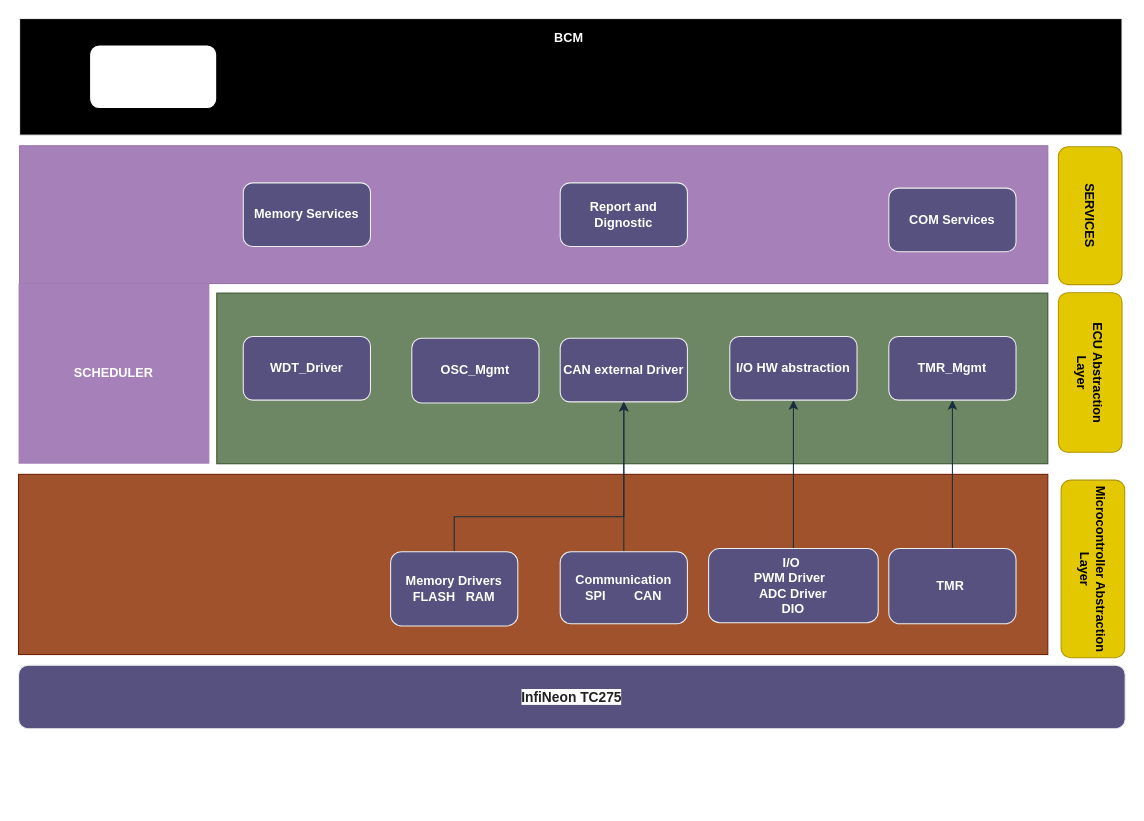
Above: page "Página-1" (1 of 2) of Diagrama sin título.drawio in juankcl/ContiDiagrams (draw.io), before the change. Source tidied: cells renumbered, new cells numbered last; positions are measured from the earlier drawing's top-left corner, leaving out a move shared by most shapes. Both pictures are drawn from the tidied source at 106%, with x=0, y=0 at pixel (18, 18).
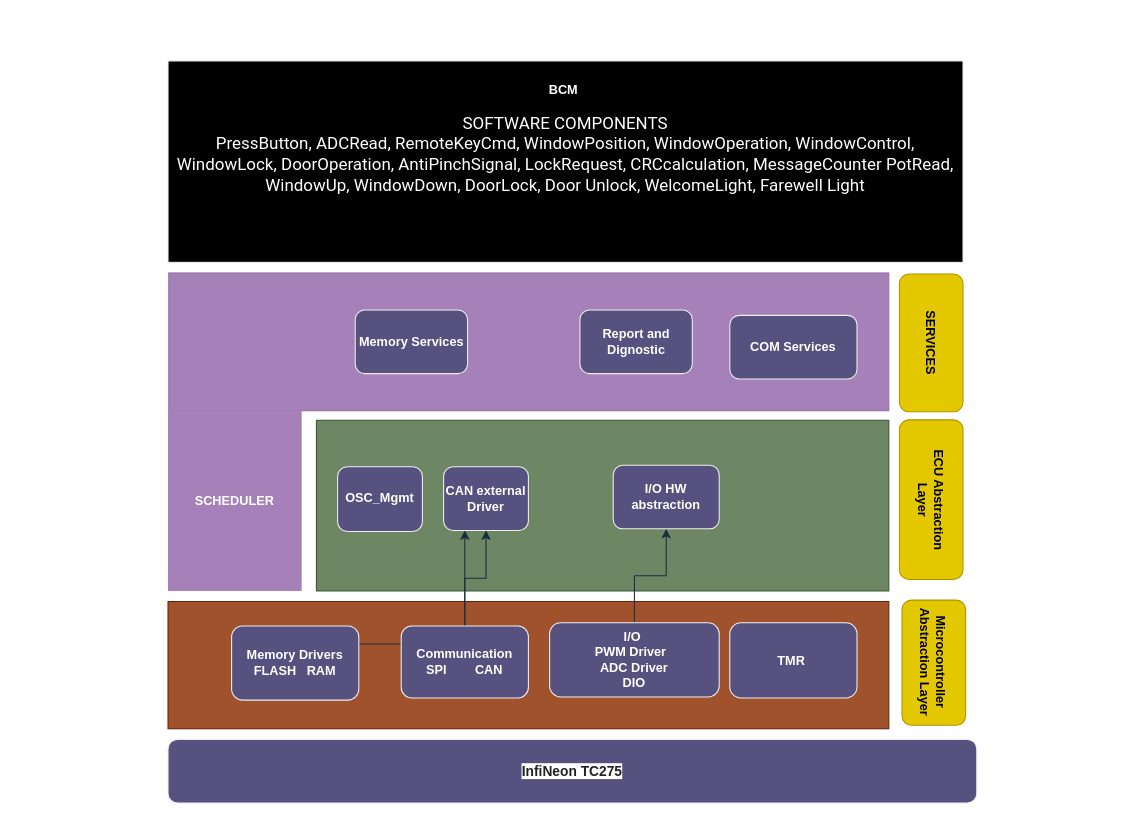
Above is the later version.

What changed in the source:
```diff
@@
+    <mxCell id="29" style="group;" parent="1" vertex="1">
+      <mxGeometry x="141" y="240" width="680" height="300" as="geometry" />
+    </mxCell>
+    <mxCell id="3" style="rounded=0;whiteSpace=wrap;html=1;fillColor=#A680B8;strokeColor=#9673a6;fontStyle=1;" parent="29" vertex="1">
+      <mxGeometry x="0.7" width="679.3" height="130" as="geometry" />
+    </mxCell>
+    <mxCell id="8" value="SCHEDULER" style="rounded=0;whiteSpace=wrap;html=1;fillColor=#A680B8;strokeColor=none;fontColor=#FFFFFF;fontStyle=1;" parent="29" vertex="1">
+      <mxGeometry y="130" width="126.1" height="170" as="geometry" />
+    </mxCell>
+    <mxCell id="5" value="Report and Dignostic" style="rounded=1;whiteSpace=wrap;html=1;fillColor=#56517E;strokeColor=#EEEEEE;fontColor=#FFFFFF;fontStyle=1;" parent="29" vertex="1">
+      <mxGeometry x="388.6" y="35" width="106" height="60" as="geometry" />
+    </mxCell>
+    <mxCell id="4" value="Memory Services" style="rounded=1;whiteSpace=wrap;html=1;glass=0;fillColor=#56517E;strokeColor=#EEEEEE;fontColor=#FFFFFF;fontStyle=1;" parent="29" vertex="1">
+      <mxGeometry x="176.6" y="35" width="106" height="60" as="geometry" />
+    </mxCell>
-    <mxCell id="2" value="&lt;span&gt;BCM&amp;nbsp;&lt;br&gt;&lt;br&gt;&lt;br&gt;&lt;br&gt;&lt;br&gt;&lt;br&gt;&lt;/span&gt;" style="rounded=0;whiteSpace=wrap;html=1;fillColor=#000000;strokeColor=#EEEEEE;fontColor=#FFFFFF;fontStyle=1;" parent="1" vertex="1">
-      <mxGeometry x="1" width="1040" height="110" as="geometry" />
+    <mxCell id="2" value="BCM&amp;nbsp;&lt;br&gt;&lt;br&gt;&lt;span style=&quot;font-family: Roboto, -apple-system, BlinkMacSystemFont, &amp;quot;Apple Color Emoji&amp;quot;, &amp;quot;Segoe UI&amp;quot;, Oxygen, Ubuntu, Cantarell, &amp;quot;Fira Sans&amp;quot;, &amp;quot;Droid Sans&amp;quot;, &amp;quot;Helvetica Neue&amp;quot;, sans-serif; font-size: 16px; font-weight: 400; text-align: start;&quot;&gt;SOFTWARE COMPONENTS&lt;/span&gt;&lt;br style=&quot;box-sizing: border-box; font-family: Roboto, -apple-system, BlinkMacSystemFont, &amp;quot;Apple Color Emoji&amp;quot;, &amp;quot;Segoe UI&amp;quot;, Oxygen, Ubuntu, Cantarell, &amp;quot;Fira Sans&amp;quot;, &amp;quot;Droid Sans&amp;quot;, &amp;quot;Helvetica Neue&amp;quot;, sans-serif; font-size: 16px; font-weight: 400; text-align: start;&quot;&gt;&lt;span style=&quot;font-family: Roboto, -apple-system, BlinkMacSystemFont, &amp;quot;Apple Color Emoji&amp;quot;, &amp;quot;Segoe UI&amp;quot;, Oxygen, Ubuntu, Cantarell, &amp;quot;Fira Sans&amp;quot;, &amp;quot;Droid Sans&amp;quot;, &amp;quot;Helvetica Neue&amp;quot;, sans-serif; font-size: 16px; font-weight: 400; text-align: start;&quot;&gt;PressButton, ADCRead, RemoteKeyCmd, WindowPosition, WindowOperation, WindowControl, WindowLock, DoorOperation, AntiPinchSignal, LockRequest, CRCcalculation, MessageCounter PotRead, WindowUp, WindowDown, DoorLock, Door Unlock, WelcomeLight, Farewell Light&lt;/span&gt;&lt;span&gt;&lt;br&gt;&lt;br&gt;&lt;br&gt;&lt;br&gt;&lt;/span&gt;" style="rounded=0;whiteSpace=wrap;html=1;fillColor=#000000;strokeColor=#EEEEEE;fontColor=#FFFFFF;fontStyle=1;" parent="1" vertex="1">
+      <mxGeometry x="141" y="40" width="750" height="190" as="geometry" />
     </mxCell>
-    <mxCell id="3" style="rounded=0;whiteSpace=wrap;html=1;fillColor=#A680B8;strokeColor=#9673a6;fontStyle=1;" parent="1" vertex="1">
-      <mxGeometry x="1" y="120" width="970" height="130" as="geometry" />
-    </mxCell>
-    <mxCell id="4" value="Memory Services" style="rounded=1;whiteSpace=wrap;html=1;glass=0;fillColor=#56517E;strokeColor=#EEEEEE;fontColor=#FFFFFF;fontStyle=1;" parent="1" vertex="1">
-      <mxGeometry x="212" y="155" width="120" height="60" as="geometry" />
-    </mxCell>
-    <mxCell id="5" value="Report and Dignostic" style="rounded=1;whiteSpace=wrap;html=1;fillColor=#56517E;strokeColor=#EEEEEE;fontColor=#FFFFFF;fontStyle=1;" parent="1" vertex="1">
-      <mxGeometry x="511" y="155" width="120" height="60" as="geometry" />
-    </mxCell>
     <mxCell id="6" value="COM Services" style="rounded=1;whiteSpace=wrap;html=1;fillColor=#56517E;strokeColor=#EEEEEE;fontColor=#FFFFFF;fontStyle=1;" parent="1" vertex="1">
-      <mxGeometry x="821" y="160" width="120" height="60" as="geometry" />
+      <mxGeometry x="671" y="280" width="120" height="60" as="geometry" />
     </mxCell>
     <mxCell id="7" value="SERVICES" style="rounded=1;whiteSpace=wrap;html=1;rotation=90;fillColor=#e3c800;strokeColor=#B09500;fontColor=#000000;fontStyle=1;" parent="1" vertex="1">
-      <mxGeometry x="946" y="156" width="130" height="60" as="geometry" />
+      <mxGeometry x="796" y="276" width="130" height="60" as="geometry" />
     </mxCell>
-    <mxCell id="8" value="SCHEDULER" style="rounded=0;whiteSpace=wrap;html=1;fillColor=#A680B8;strokeColor=none;fontColor=#FFFFFF;fontStyle=1;" parent="1" vertex="1">
-      <mxGeometry y="250" width="180" height="170" as="geometry" />
-    </mxCell>
     <mxCell id="9" style="rounded=0;whiteSpace=wrap;html=1;fillColor=#6d8764;strokeColor=#3A5431;fontColor=#ffffff;fontStyle=1;" parent="1" vertex="1">
-      <mxGeometry x="187" y="259" width="784" height="161" as="geometry" />
+      <mxGeometry x="281" y="379" width="540" height="161" as="geometry" />
     </mxCell>
     <mxCell id="10" value="&lt;div style=&quot;text-align: start;&quot;&gt;&lt;br&gt;&lt;/div&gt;" style="rounded=0;whiteSpace=wrap;html=1;fillColor=#a0522d;strokeColor=#6D1F00;fontColor=#ffffff;fontStyle=1;" parent="1" vertex="1">
-      <mxGeometry y="430" width="971" height="170" as="geometry" />
+      <mxGeometry x="141" y="550" width="680" height="120" as="geometry" />
     </mxCell>
@@
     <mxCell id="12" value="I/O&amp;nbsp;&lt;br&gt;PWM Driver&amp;nbsp;&amp;nbsp;&lt;br&gt;ADC Driver&lt;br&gt;DIO" style="rounded=1;whiteSpace=wrap;html=1;fillColor=#56517E;strokeColor=#EEEEEE;fontColor=#FFFFFF;fontStyle=1;" parent="1" vertex="1">
-      <mxGeometry x="651" y="500" width="160" height="70" as="geometry" />
+      <mxGeometry x="501" y="570" width="160" height="70" as="geometry" />
     </mxCell>
     <mxCell id="13" style="edgeStyle=orthogonalEdgeStyle;rounded=0;jettySize=auto;html=1;labelBackgroundColor=#FAD9D5;strokeColor=#182E3E;fontStyle=1;" parent="1" edge="1" source="14" target="21">
       <mxGeometry relative="1" as="geometry">
         <Array as="points">
-          <mxPoint x="411" y="470" />
-          <mxPoint x="571" y="470" />
+          <mxPoint x="261" y="590" />
+          <mxPoint x="421" y="590" />
         </Array>
       </mxGeometry>
     </mxCell>
     <mxCell id="14" value="Memory Drivers&lt;br&gt;FLASH&amp;nbsp; &amp;nbsp;RAM" style="rounded=1;whiteSpace=wrap;html=1;fillColor=#56517E;strokeColor=#EEEEEE;fontColor=#FFFFFF;fontStyle=1;" parent="1" vertex="1">
-      <mxGeometry x="351" y="503" width="120" height="70" as="geometry" />
+      <mxGeometry x="201" y="573" width="120" height="70" as="geometry" />
     </mxCell>
-    <mxCell id="15" style="edgeStyle=orthogonalEdgeStyle;rounded=0;jettySize=auto;html=1;labelBackgroundColor=#FAD9D5;strokeColor=#182E3E;fontStyle=1;" parent="1" edge="1" source="16" target="20">
-      <mxGeometry relative="1" as="geometry" />
-    </mxCell>
     <mxCell id="16" value="TMR&amp;nbsp;" style="rounded=1;whiteSpace=wrap;html=1;fillColor=#56517E;strokeColor=#EEEEEE;fontColor=#FFFFFF;fontStyle=1;" parent="1" vertex="1">
-      <mxGeometry x="821" y="500" width="120" height="71" as="geometry" />
+      <mxGeometry x="671" y="570" width="120" height="71" as="geometry" />
     </mxCell>
     <mxCell id="17" value="OSC_Mgmt" style="rounded=1;whiteSpace=wrap;html=1;fillColor=#56517E;strokeColor=#EEEEEE;fontColor=#FFFFFF;fontStyle=1;" parent="1" vertex="1">
-      <mxGeometry x="371" y="301.6" width="120" height="61" as="geometry" />
+      <mxGeometry x="301" y="422.9" width="80" height="61" as="geometry" />
     </mxCell>
     <mxCell id="18" value="I/O HW abstraction" style="rounded=1;whiteSpace=wrap;html=1;fillColor=#56517E;strokeColor=#EEEEEE;fontColor=#FFFFFF;fontStyle=1;" parent="1" vertex="1">
-      <mxGeometry x="671" y="300" width="120" height="60" as="geometry" />
+      <mxGeometry x="561" y="421.4" width="100" height="60" as="geometry" />
     </mxCell>
@@
-    <mxCell id="20" value="TMR_Mgmt" style="rounded=1;whiteSpace=wrap;html=1;fillColor=#56517E;strokeColor=#EEEEEE;fontColor=#FFFFFF;fontStyle=1;" parent="1" vertex="1">
-      <mxGeometry x="821" y="300" width="120" height="60" as="geometry" />
-    </mxCell>
     <mxCell id="21" value="CAN external Driver" style="rounded=1;whiteSpace=wrap;html=1;fillColor=#56517E;strokeColor=#EEEEEE;fontColor=#FFFFFF;fontStyle=1;" parent="1" vertex="1">
-      <mxGeometry x="511" y="301.6" width="120" height="60" as="geometry" />
+      <mxGeometry x="401" y="422.9" width="80" height="60" as="geometry" />
     </mxCell>
-    <mxCell id="22" value="WDT_Driver" style="rounded=1;whiteSpace=wrap;html=1;fillColor=#56517E;strokeColor=#EEEEEE;fontColor=#FFFFFF;fontStyle=1;" parent="1" vertex="1">
-      <mxGeometry x="212" y="300" width="120" height="60" as="geometry" />
-    </mxCell>
     <mxCell id="23" value="ECU Abstraction&lt;br&gt;Layer" style="rounded=1;whiteSpace=wrap;html=1;rotation=90;fillColor=#e3c800;strokeColor=#B09500;fontColor=#000000;fontStyle=1;" parent="1" vertex="1">
-      <mxGeometry x="935.7" y="303.9" width="150.6" height="60" as="geometry" />
+      <mxGeometry x="785.7" y="423.9" width="150.6" height="60" as="geometry" />
     </mxCell>
     <mxCell id="24" value="Microcontroller Abstraction Layer" style="rounded=1;whiteSpace=wrap;html=1;rotation=90;fillColor=#e3c800;strokeColor=#B09500;fontColor=#000000;fontStyle=1;" parent="1" vertex="1">
-      <mxGeometry x="929.8" y="489.2" width="167.5" height="60" as="geometry" />
+      <mxGeometry x="804.4" y="577.7" width="118.1" height="60" as="geometry" />
     </mxCell>
@@
     <mxCell id="26" value="Communication&lt;br&gt;SPI&amp;nbsp; &amp;nbsp; &amp;nbsp; &amp;nbsp; CAN" style="rounded=1;whiteSpace=wrap;html=1;fillColor=#56517E;strokeColor=#EEEEEE;fontColor=#FFFFFF;fontStyle=1;" parent="1" vertex="1">
-      <mxGeometry x="511" y="503" width="120" height="68" as="geometry" />
+      <mxGeometry x="361" y="573" width="120" height="68" as="geometry" />
     </mxCell>
     <mxCell id="27" value="&lt;div style=&quot;text-align: start;&quot;&gt;&lt;font size=&quot;2&quot; face=&quot;Arial, Helvetica, sans-serif&quot; color=&quot;#222222&quot;&gt;&lt;span style=&quot;background-color: rgb(255, 255, 255);&quot;&gt;InfiNeon TC275&lt;/span&gt;&lt;/font&gt;&lt;/div&gt;" style="rounded=1;whiteSpace=wrap;html=1;fillColor=#56517E;strokeColor=#EEEEEE;fontColor=#FFFFFF;fontStyle=1;" parent="1" vertex="1">
-      <mxGeometry y="610" width="1044" height="60" as="geometry" />
+      <mxGeometry x="141" y="680" width="763" height="60" as="geometry" />
     </mxCell>
-    <mxCell id="28" style="rounded=1;whiteSpace=wrap;html=1;" parent="1" vertex="1">
-      <mxGeometry x="67" y="25" width="120" height="60" as="geometry" />
-    </mxCell>
```
